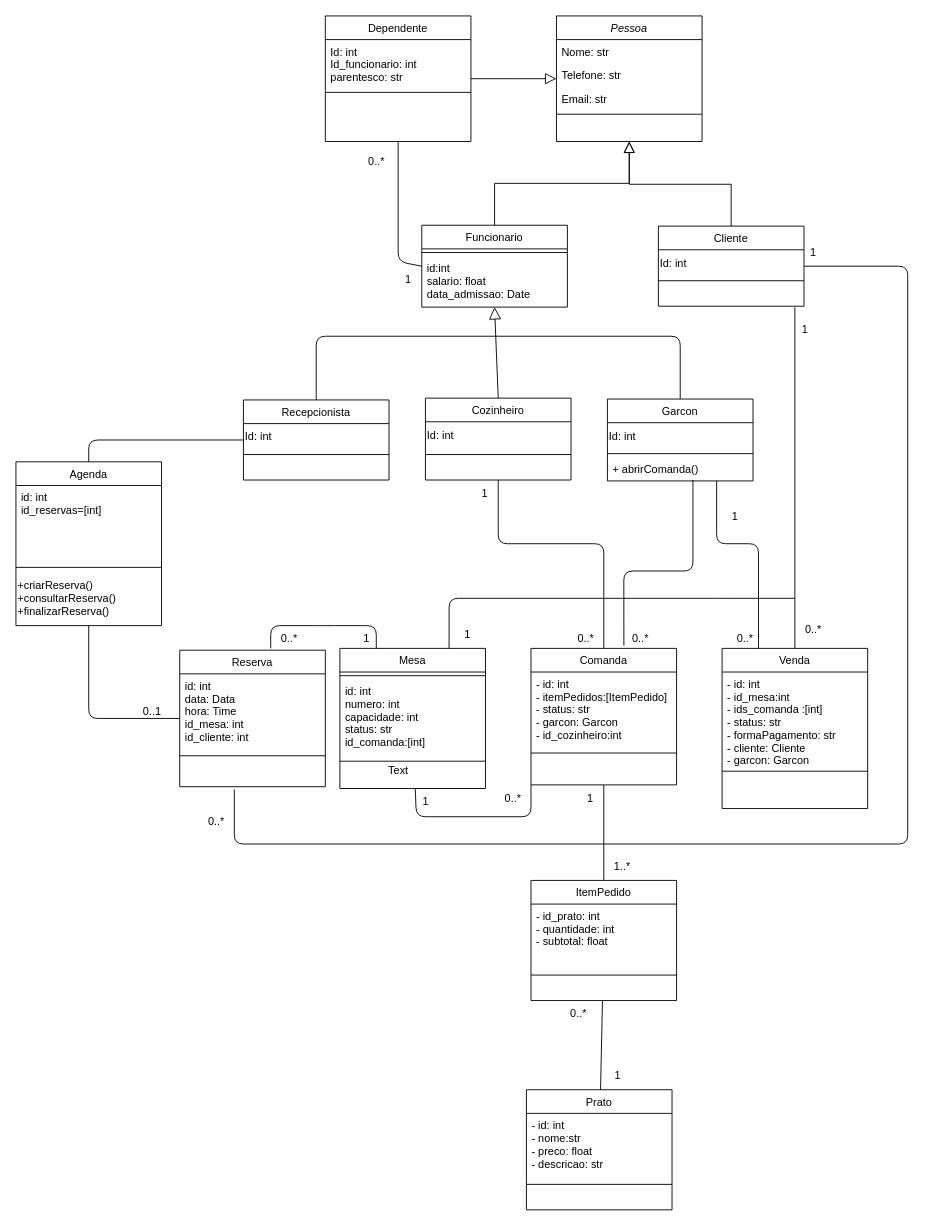
The draw.io diagram Diagrama_de_Classes.drawio in F-moreno/Gerenciador_Restaurante, before the edit. Source tidied: cells renumbered, new cells numbered last; positions are measured from the earlier drawing's top-left corner, leaving out a move shared by most shapes. Both pictures are drawn from the tidied source at 91%, with x=0, y=0 at pixel (15, 15).
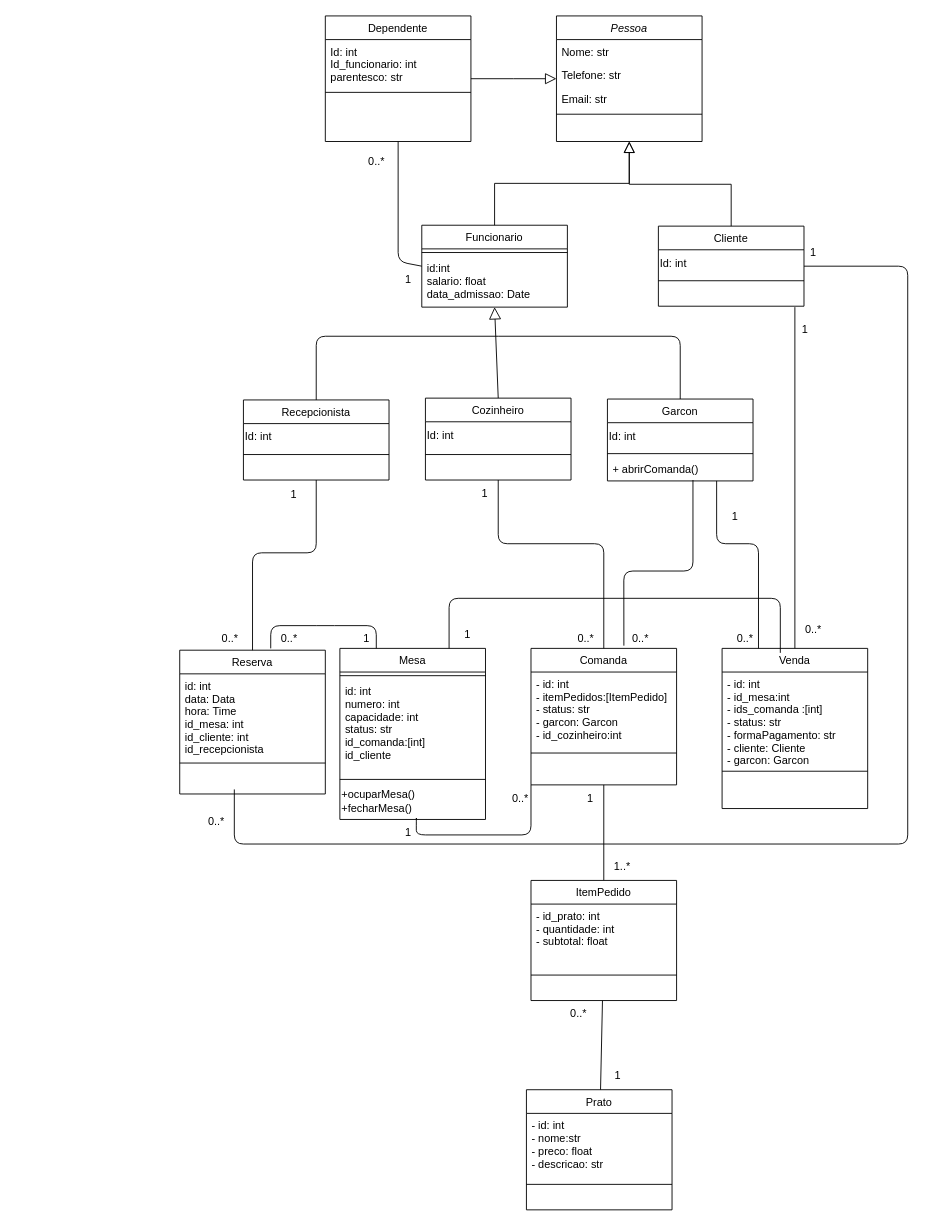
The same diagram, later.

Commit message (it also covers changes not shown here):
Primeira veção das classes

The change refers to these unchanged cells:
```xml
<mxCell id="20" value="Recepcionista" style="swimlane;fontStyle=0;align=center;verticalAlign=top;horizontal=1;startSize=26;rounded=0;shadow=0;strokeWidth=1;" parent="1" vertex="1">
  <mxGeometry x="250" y="422" width="160" height="88" as="geometry" />
</mxCell>
<mxCell id="37" value="Comanda" style="swimlane;fontStyle=0;align=center;verticalAlign=top;horizontal=1;startSize=26;rounded=0;shadow=0;strokeWidth=1;" parent="1" vertex="1">
  <mxGeometry x="566" y="695" width="160" height="150" as="geometry" />
</mxCell>
<mxCell id="49" value="Venda" style="swimlane;fontStyle=0;align=center;verticalAlign=top;horizontal=1;startSize=26;rounded=0;shadow=0;strokeWidth=1;" parent="1" vertex="1">
  <mxGeometry x="776" y="695" width="160" height="176" as="geometry" />
</mxCell>
```

Change to the diagram source:
```diff
@@
     <mxCell id="33" value="Mesa" style="swimlane;fontStyle=0;align=center;verticalAlign=top;horizontal=1;startSize=26;rounded=0;shadow=0;strokeWidth=1;" parent="1" vertex="1">
-      <mxGeometry x="356" y="695" width="160" height="154" as="geometry" />
+      <mxGeometry x="356" y="695" width="160" height="188" as="geometry" />
     </mxCell>
@@
-    <mxCell id="35" value="id: int&#10;numero: int&#10;capacidade: int&#10;status: str&#10;id_comanda:[int]" style="text;align=left;verticalAlign=top;spacingLeft=4;spacingRight=4;overflow=hidden;" parent="33" vertex="1">
-      <mxGeometry y="34" width="160" height="86" as="geometry" />
+    <mxCell id="35" value="id: int&#10;numero: int&#10;capacidade: int&#10;status: str&#10;id_comanda:[int]&#10;id_cliente" style="text;align=left;verticalAlign=top;spacingLeft=4;spacingRight=4;overflow=hidden;" parent="33" vertex="1">
+      <mxGeometry y="34" width="160" height="106" as="geometry" />
     </mxCell>
     <mxCell id="36" style="line;html=1;strokeWidth=1;align=left;verticalAlign=middle;spacingTop=-1;spacingLeft=3;spacingRight=3;labelPosition=right;" parent="33" vertex="1">
-      <mxGeometry y="120" width="160" height="8" as="geometry" />
+      <mxGeometry y="140" width="160" height="8" as="geometry" />
     </mxCell>
+    <mxCell id="91" value="+ocuparMesa()&lt;br&gt;&lt;div style=&quot;&quot;&gt;&lt;span style=&quot;background-color: initial;&quot;&gt;+fecharMesa()&lt;/span&gt;&lt;/div&gt;" style="text;html=1;align=left;verticalAlign=middle;strokeColor=none;fillColor=none;" parent="33" vertex="1">
+      <mxGeometry y="148" width="160" height="40" as="geometry" />
+    </mxCell>
@@
     <mxCell id="48" style="endArrow=none;html=1;entryX=0;entryY=1;entryDx=0;entryDy=0;" parent="1" edge="1" source="33" target="37">
       <mxGeometry relative="1" as="geometry">
         <Array as="points">
           <mxPoint x="440" y="880" />
-          <mxPoint x="566" y="880" />
+          <mxPoint x="440" y="900" />
+          <mxPoint x="566" y="900" />
         </Array>
       </mxGeometry>
     </mxCell>
@@
-    <mxCell id="52" style="endArrow=none;html=1;exitX=0.75;exitY=0;exitDx=0;exitDy=0;" parent="1" edge="1" source="33">
+    <mxCell id="52" style="endArrow=none;html=1;exitX=0.75;exitY=0;exitDx=0;exitDy=0;entryX=0.4;entryY=0.028;entryDx=0;entryDy=0;entryPerimeter=0;" parent="1" edge="1" source="33" target="49">
       <mxGeometry relative="1" as="geometry">
-        <mxPoint x="856" y="640" as="targetPoint" />
         <Array as="points">
           <mxPoint x="476" y="640" />
-          <mxPoint x="780" y="640" />
+          <mxPoint x="840" y="640" />
         </Array>
       </mxGeometry>
     </mxCell>
@@
     <mxCell id="59" value="0..*" style="text;html=1;align=center;verticalAlign=middle;strokeColor=none;fillColor=none;" parent="1" vertex="1">
-      <mxGeometry x="526" y="845" width="40" height="30" as="geometry" />
+      <mxGeometry x="534" y="845" width="40" height="30" as="geometry" />
     </mxCell>
-    <mxCell id="60" value="1" style="text;html=1;align=center;verticalAlign=middle;strokeColor=none;fillColor=none;" parent="1" vertex="1">
-      <mxGeometry x="435" y="849" width="30" height="30" as="geometry" />
-    </mxCell>
@@
-    <mxCell id="79" value="Text" style="text;html=1;align=center;verticalAlign=middle;strokeColor=none;fillColor=none;" parent="1" vertex="1">
-      <mxGeometry x="395" y="815" width="50" height="30" as="geometry" />
-    </mxCell>
     <mxCell id="80" value="Reserva" style="swimlane;fontStyle=0;align=center;verticalAlign=top;horizontal=1;startSize=26;rounded=0;shadow=0;strokeWidth=1;" parent="1" vertex="1">
-      <mxGeometry x="180" y="697" width="160" height="150" as="geometry" />
+      <mxGeometry x="180" y="697" width="160" height="158" as="geometry" />
     </mxCell>
-    <mxCell id="81" value="id: int&#10;data: Data&#10;hora: Time&#10;id_mesa: int&#10;id_cliente: int" style="text;align=left;verticalAlign=top;spacingLeft=4;spacingRight=4;overflow=hidden;" parent="80" vertex="1">
-      <mxGeometry y="26" width="160" height="86" as="geometry" />
+    <mxCell id="81" value="id: int&#10;data: Data&#10;hora: Time&#10;id_mesa: int&#10;id_cliente: int&#10;id_recepcionista" style="text;align=left;verticalAlign=top;spacingLeft=4;spacingRight=4;overflow=hidden;" parent="80" vertex="1">
+      <mxGeometry y="26" width="160" height="94" as="geometry" />
     </mxCell>
     <mxCell id="82" style="line;html=1;strokeWidth=1;align=left;verticalAlign=middle;spacingTop=-1;spacingLeft=3;spacingRight=3;labelPosition=right;" parent="80" vertex="1">
-      <mxGeometry y="112" width="160" height="8" as="geometry" />
+      <mxGeometry y="120" width="160" height="8" as="geometry" />
     </mxCell>
     <mxCell id="83" value="&lt;div style=&quot;&quot;&gt;&lt;br&gt;&lt;/div&gt;" style="text;html=1;align=left;verticalAlign=middle;strokeColor=none;fillColor=none;" parent="80" vertex="1">
-      <mxGeometry y="120" width="160" height="30" as="geometry" />
+      <mxGeometry y="128" width="160" height="30" as="geometry" />
     </mxCell>
-    <mxCell id="84" value="Agenda" style="swimlane;fontStyle=0;align=center;verticalAlign=top;horizontal=1;startSize=26;rounded=0;shadow=0;strokeWidth=1;" parent="1" vertex="1">
-      <mxGeometry y="490" width="160" height="180" as="geometry" />
-    </mxCell>
-    <mxCell id="85" value="id: int&#10;id_reservas=[int]" style="text;align=left;verticalAlign=top;spacingLeft=4;spacingRight=4;overflow=hidden;" parent="84" vertex="1">
-      <mxGeometry y="26" width="160" height="86" as="geometry" />
-    </mxCell>
-    <mxCell id="86" style="line;html=1;strokeWidth=1;align=left;verticalAlign=middle;spacingTop=-1;spacingLeft=3;spacingRight=3;labelPosition=right;" parent="84" vertex="1">
-      <mxGeometry y="112" width="160" height="8" as="geometry" />
-    </mxCell>
-    <mxCell id="87" value="&lt;div style=&quot;&quot;&gt;&lt;span style=&quot;background-color: initial;&quot;&gt;+criarReserva()&lt;/span&gt;&lt;/div&gt;&lt;div style=&quot;&quot;&gt;&lt;span style=&quot;background-color: initial;&quot;&gt;+consultarReserva()&lt;/span&gt;&lt;/div&gt;&lt;div style=&quot;&quot;&gt;&lt;span style=&quot;background-color: initial;&quot;&gt;+finalizarReserva()&lt;/span&gt;&lt;/div&gt;" style="text;html=1;align=left;verticalAlign=middle;strokeColor=none;fillColor=none;" parent="84" vertex="1">
-      <mxGeometry y="120" width="160" height="60" as="geometry" />
-    </mxCell>
-    <mxCell id="88" style="endArrow=none;html=1;" parent="1" edge="1" source="84" target="80">
-      <mxGeometry relative="1" as="geometry">
-        <Array as="points">
-          <mxPoint x="80" y="772" />
-        </Array>
-      </mxGeometry>
-    </mxCell>
-    <mxCell id="89" value="0..1" style="text;html=1;strokeColor=none;fillColor=none;align=center;verticalAlign=middle;whiteSpace=wrap;rounded=0;" parent="1" vertex="1">
-      <mxGeometry x="120" y="750" width="60" height="30" as="geometry" />
-    </mxCell>
-    <mxCell id="90" style="endArrow=none;html=1;exitX=0.5;exitY=0;exitDx=0;exitDy=0;" parent="1" edge="1" source="84" target="20">
+    <mxCell id="90" style="endArrow=none;html=1;exitX=0.5;exitY=0;exitDx=0;exitDy=0;" parent="1" edge="1" source="80" target="20">
       <mxGeometry relative="1" as="geometry">
         <Array as="points">
-          <mxPoint x="80" y="466" />
+          <mxPoint x="260" y="590" />
+          <mxPoint x="330" y="590" />
         </Array>
       </mxGeometry>
     </mxCell>
+    <mxCell id="92" value="1" style="text;html=1;align=center;verticalAlign=middle;strokeColor=none;fillColor=none;" parent="1" vertex="1">
+      <mxGeometry x="290" y="511" width="30" height="30" as="geometry" />
+    </mxCell>
+    <mxCell id="93" value="0..*" style="text;html=1;align=center;verticalAlign=middle;strokeColor=none;fillColor=none;" parent="1" vertex="1">
+      <mxGeometry x="215" y="670" width="40" height="30" as="geometry" />
+    </mxCell>
+    <mxCell id="60" value="1" style="text;html=1;align=center;verticalAlign=middle;strokeColor=none;fillColor=none;" parent="1" vertex="1">
+      <mxGeometry x="351" y="883" width="160" height="30" as="geometry" />
+    </mxCell>
```
